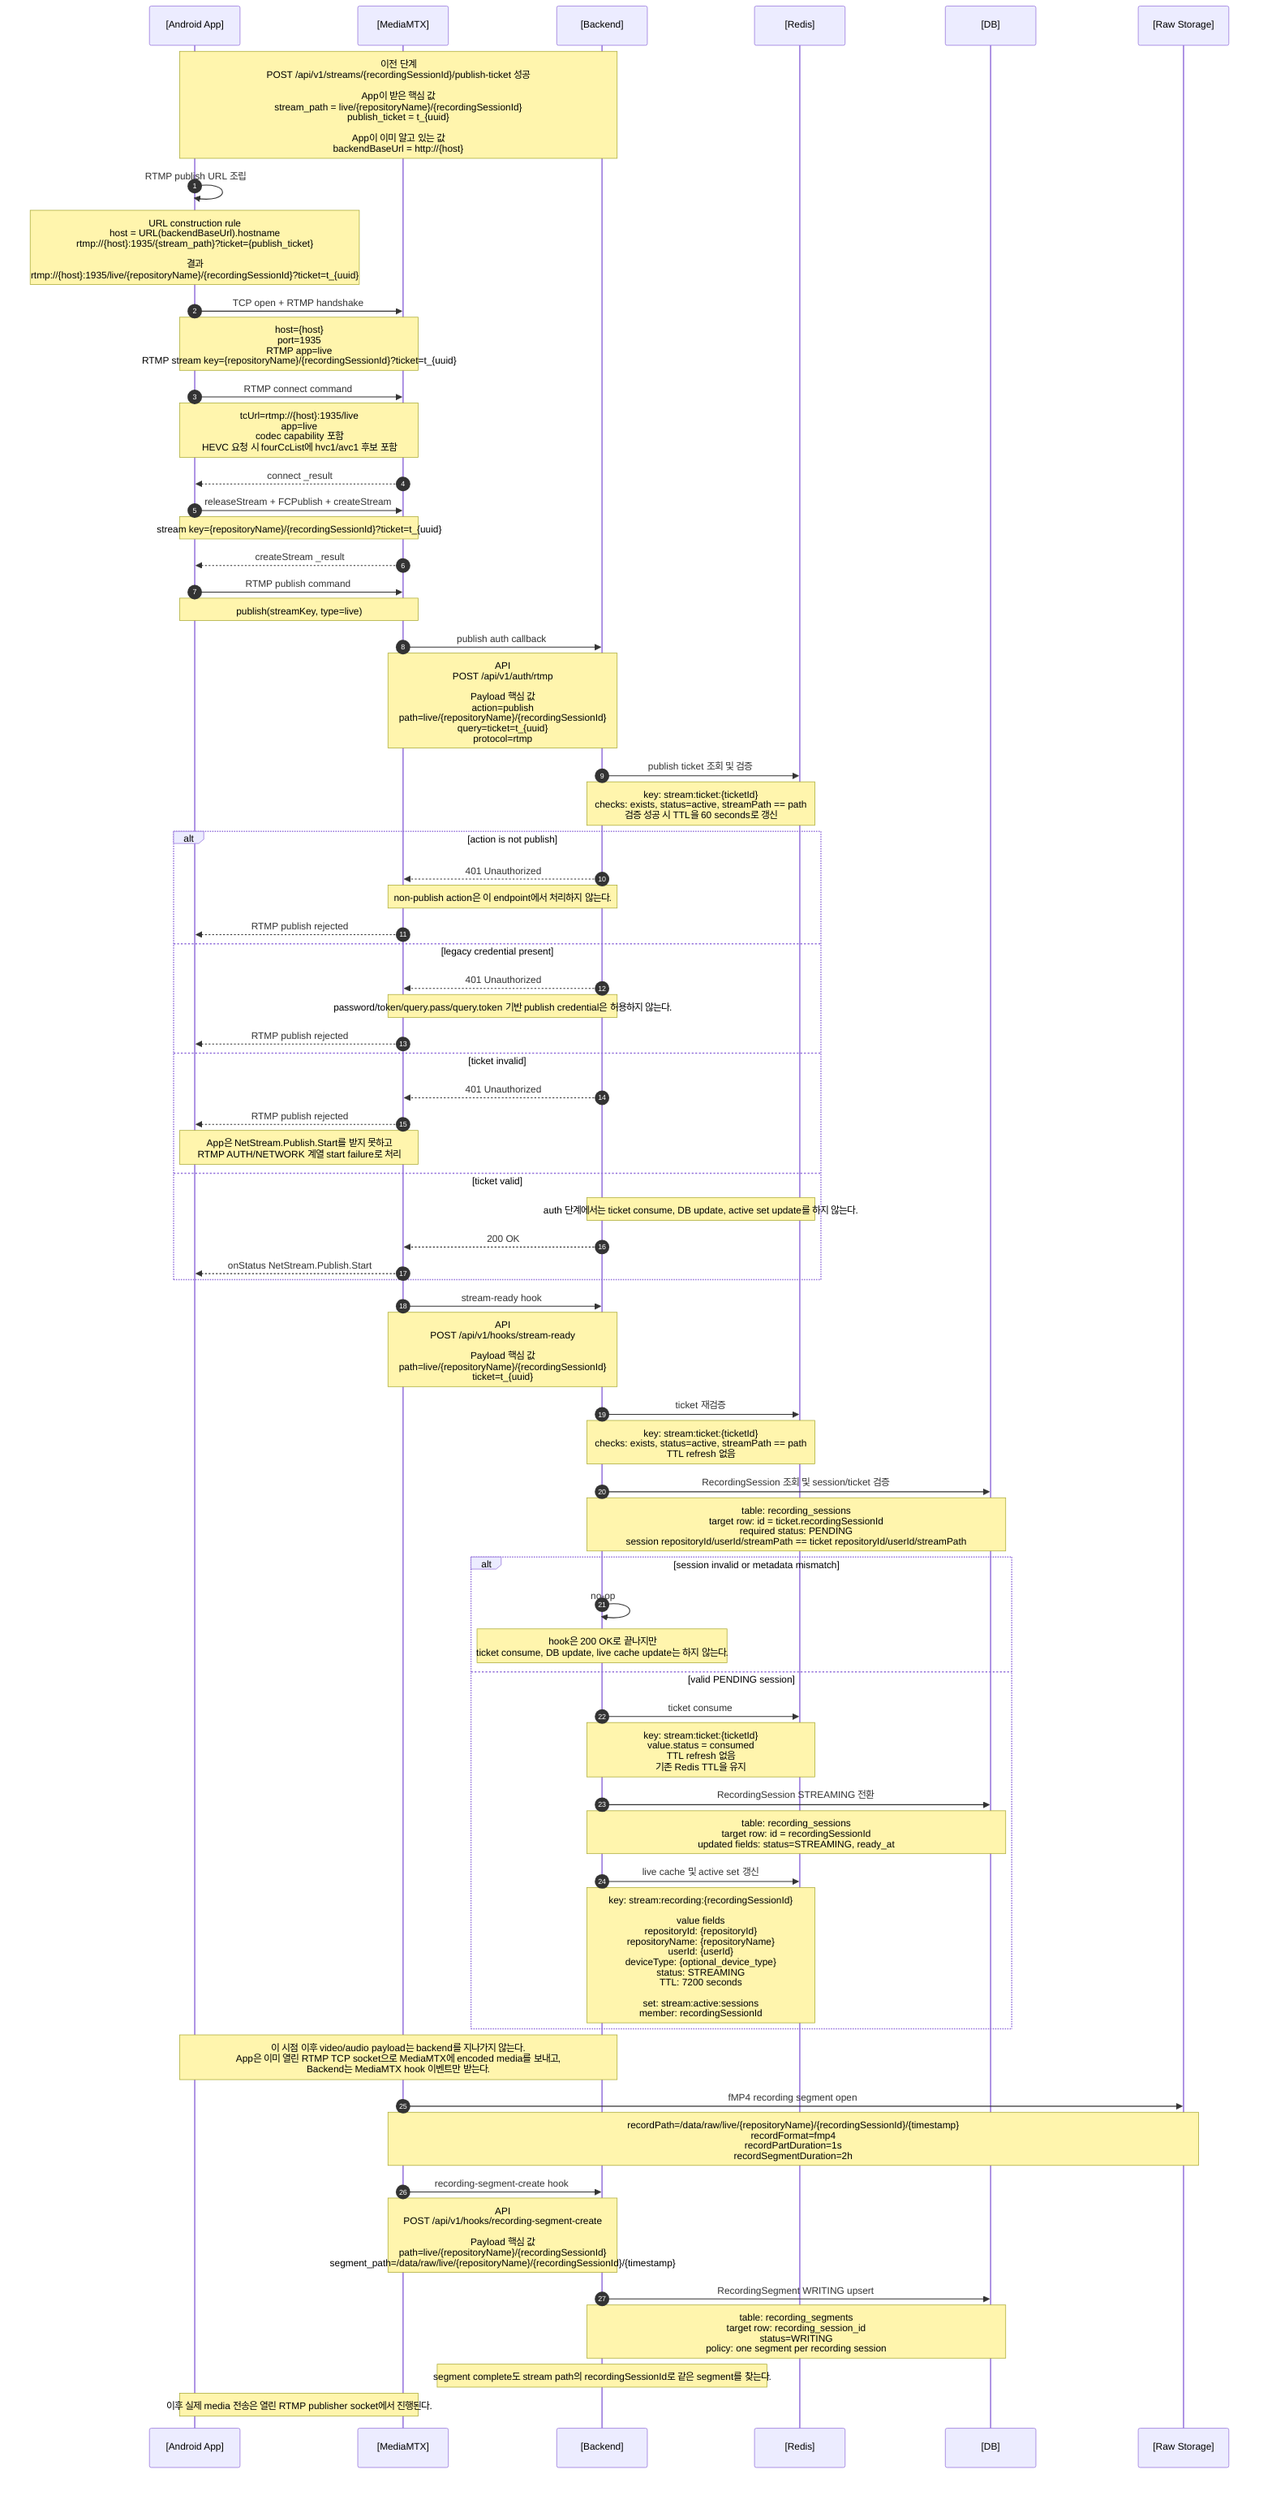
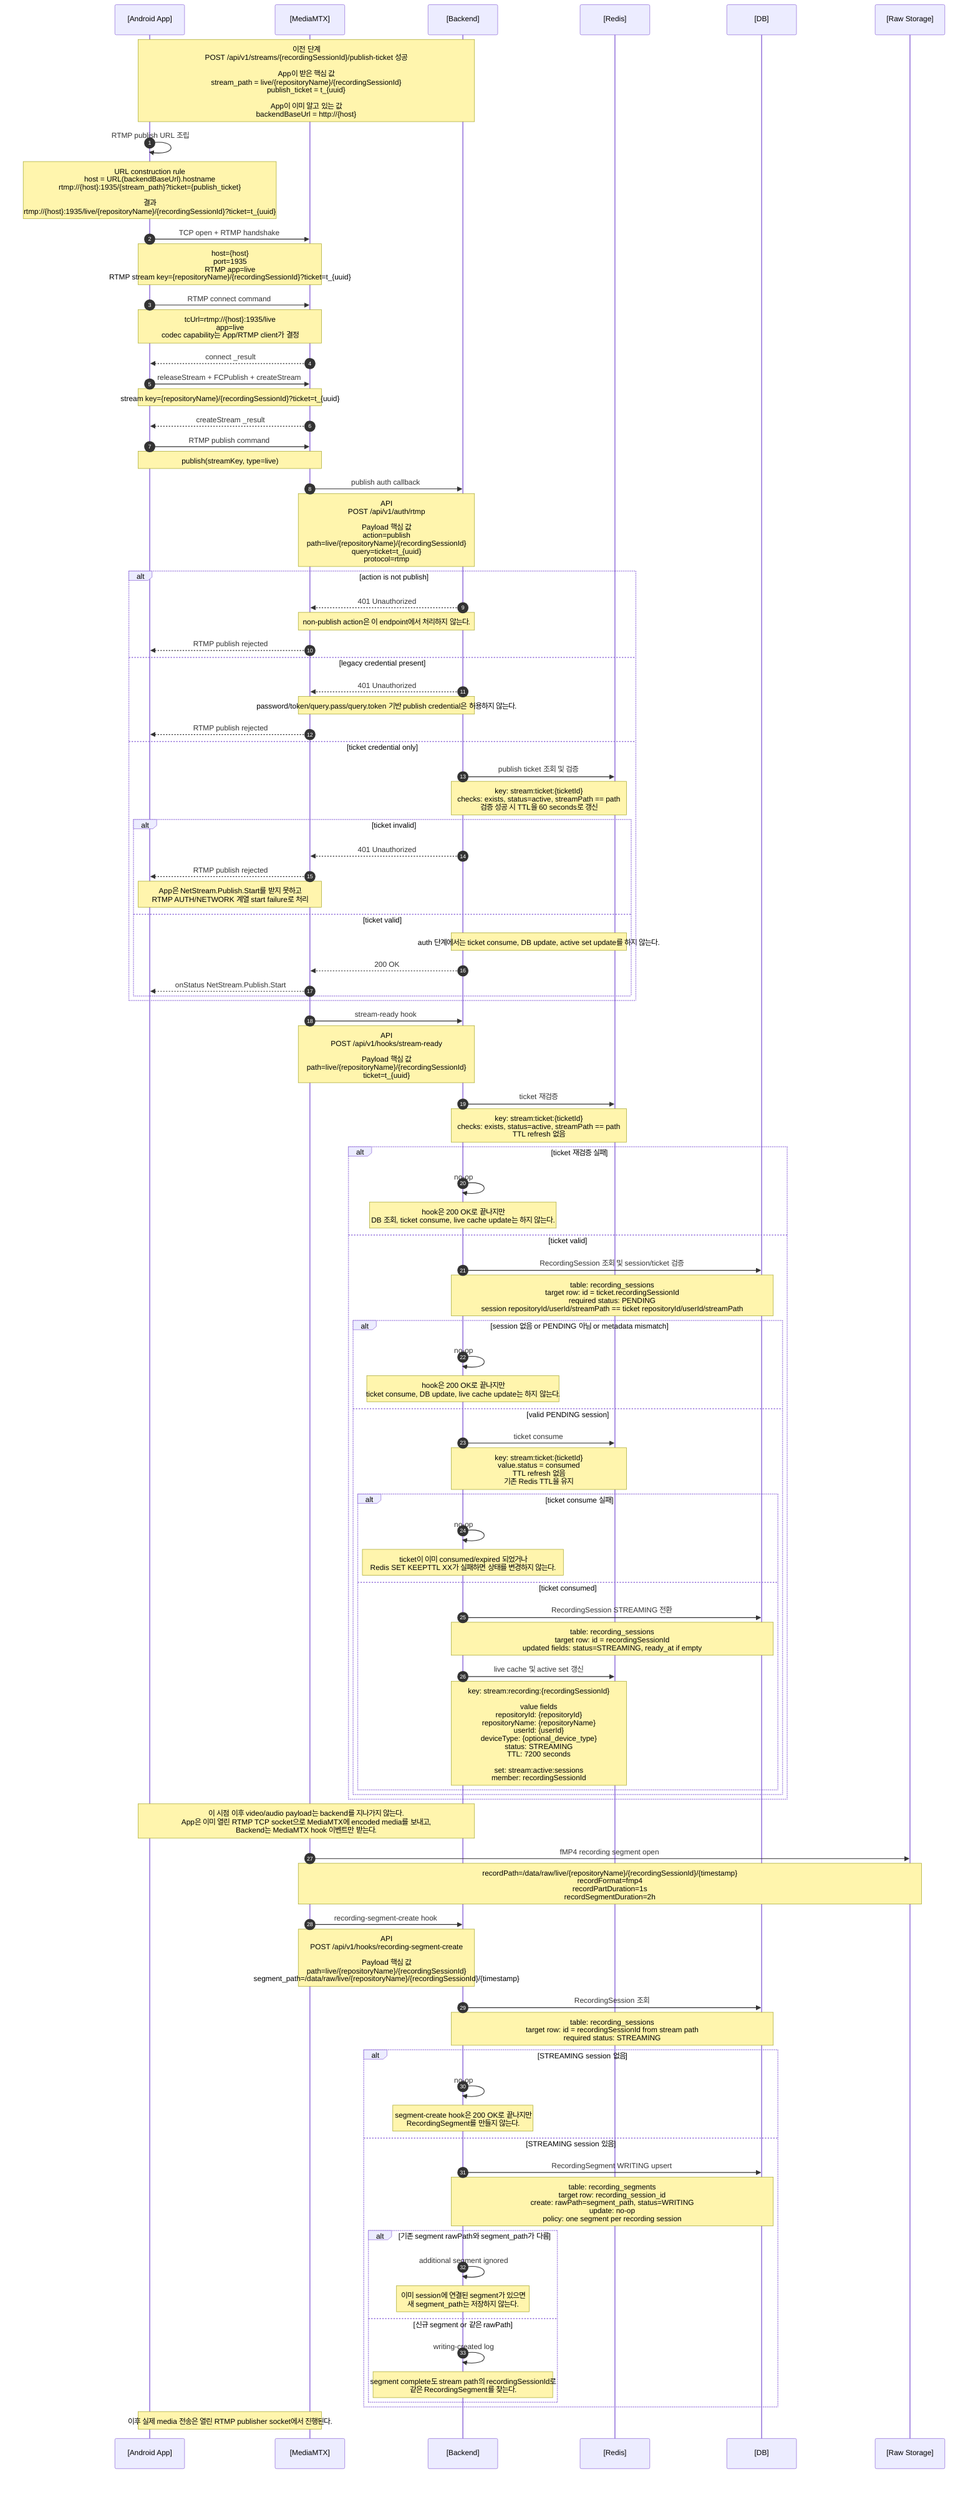
sequenceDiagram
  autonumber
  participant App as [Android App]
  participant MTX as [MediaMTX]
  participant Backend as [Backend]
  participant Redis as [Redis]
  participant DB as [DB]
  participant Storage as [Raw Storage]

  Note over App,Backend: 이전 단계<br/>POST /api/v1/streams/{recordingSessionId}/publish-ticket 성공<br/><br/>App이 받은 핵심 값<br/>stream_path = live/{repositoryName}/{recordingSessionId}<br/>publish_ticket = t_{uuid}<br/><br/>App이 이미 알고 있는 값<br/>backendBaseUrl = http://{host}

  App->>App: RTMP publish URL 조립
  Note over App: URL construction rule<br/>host = URL(backendBaseUrl).hostname<br/>rtmp://{host}:1935/{stream_path}?ticket={publish_ticket}<br/><br/>결과<br/>rtmp://{host}:1935/live/{repositoryName}/{recordingSessionId}?ticket=t_{uuid}

  App->>MTX: TCP open + RTMP handshake
  Note over App,MTX: host={host}<br/>port=1935<br/>RTMP app=live<br/>RTMP stream key={repositoryName}/{recordingSessionId}?ticket=t_{uuid}

  App->>MTX: RTMP connect command
-   Note over App,MTX: tcUrl=rtmp://{host}:1935/live<br/>app=live<br/>codec capability 포함<br/>HEVC 요청 시 fourCcList에 hvc1/avc1 후보 포함
+   Note over App,MTX: tcUrl=rtmp://{host}:1935/live<br/>app=live<br/>codec capability는 App/RTMP client가 결정
  MTX-->>App: connect _result

  App->>MTX: releaseStream + FCPublish + createStream
  Note over App,MTX: stream key={repositoryName}/{recordingSessionId}?ticket=t_{uuid}
  MTX-->>App: createStream _result

  App->>MTX: RTMP publish command
  Note over App,MTX: publish(streamKey, type=live)

  MTX->>Backend: publish auth callback
  Note over MTX,Backend: API<br/>POST /api/v1/auth/rtmp<br/><br/>Payload 핵심 값<br/>action=publish<br/>path=live/{repositoryName}/{recordingSessionId}<br/>query=ticket=t_{uuid}<br/>protocol=rtmp

-   Backend->>Redis: publish ticket 조회 및 검증
-   Note over Backend,Redis: key: stream:ticket:{ticketId}<br/>checks: exists, status=active, streamPath == path<br/>검증 성공 시 TTL을 60 seconds로 갱신
- 
  alt action is not publish
    Backend-->>MTX: 401 Unauthorized
    Note over Backend,MTX: non-publish action은 이 endpoint에서 처리하지 않는다.
    MTX-->>App: RTMP publish rejected
  else legacy credential present
    Backend-->>MTX: 401 Unauthorized
    Note over Backend,MTX: password/token/query.pass/query.token 기반 publish credential은 허용하지 않는다.
    MTX-->>App: RTMP publish rejected
-   else ticket invalid
-     Backend-->>MTX: 401 Unauthorized
-     MTX-->>App: RTMP publish rejected
-     Note over App,MTX: App은 NetStream.Publish.Start를 받지 못하고<br/>RTMP AUTH/NETWORK 계열 start failure로 처리
-   else ticket valid
-     Note over Backend,Redis: auth 단계에서는 ticket consume, DB update, active set update를 하지 않는다.
-     Backend-->>MTX: 200 OK
-     MTX-->>App: onStatus NetStream.Publish.Start
+   else ticket credential only
+     Backend->>Redis: publish ticket 조회 및 검증
+     Note over Backend,Redis: key: stream:ticket:{ticketId}<br/>checks: exists, status=active, streamPath == path<br/>검증 성공 시 TTL을 60 seconds로 갱신
+ 
+     alt ticket invalid
+       Backend-->>MTX: 401 Unauthorized
+       MTX-->>App: RTMP publish rejected
+       Note over App,MTX: App은 NetStream.Publish.Start를 받지 못하고<br/>RTMP AUTH/NETWORK 계열 start failure로 처리
+     else ticket valid
+       Note over Backend,Redis: auth 단계에서는 ticket consume, DB update, active set update를 하지 않는다.
+       Backend-->>MTX: 200 OK
+       MTX-->>App: onStatus NetStream.Publish.Start
+     end
  end

  MTX->>Backend: stream-ready hook
  Note over MTX,Backend: API<br/>POST /api/v1/hooks/stream-ready<br/><br/>Payload 핵심 값<br/>path=live/{repositoryName}/{recordingSessionId}<br/>ticket=t_{uuid}

  Backend->>Redis: ticket 재검증
  Note over Backend,Redis: key: stream:ticket:{ticketId}<br/>checks: exists, status=active, streamPath == path<br/>TTL refresh 없음

-   Backend->>DB: RecordingSession 조회 및 session/ticket 검증
-   Note over Backend,DB: table: recording_sessions<br/>target row: id = ticket.recordingSessionId<br/>required status: PENDING<br/>session repositoryId/userId/streamPath == ticket repositoryId/userId/streamPath
+   alt ticket 재검증 실패
+     Backend->>Backend: no-op
+     Note over Backend: hook은 200 OK로 끝나지만<br/>DB 조회, ticket consume, live cache update는 하지 않는다.
+   else ticket valid
+     Backend->>DB: RecordingSession 조회 및 session/ticket 검증
+     Note over Backend,DB: table: recording_sessions<br/>target row: id = ticket.recordingSessionId<br/>required status: PENDING<br/>session repositoryId/userId/streamPath == ticket repositoryId/userId/streamPath

-   alt session invalid or metadata mismatch
-     Backend->>Backend: no-op
-     Note over Backend: hook은 200 OK로 끝나지만<br/>ticket consume, DB update, live cache update는 하지 않는다.
-   else valid PENDING session
+     alt session 없음 or PENDING 아님 or metadata mismatch
+       Backend->>Backend: no-op
+       Note over Backend: hook은 200 OK로 끝나지만<br/>ticket consume, DB update, live cache update는 하지 않는다.
+     else valid PENDING session
    Backend->>Redis: ticket consume
    Note over Backend,Redis: key: stream:ticket:{ticketId}<br/>value.status = consumed<br/>TTL refresh 없음<br/>기존 Redis TTL을 유지

-     Backend->>DB: RecordingSession STREAMING 전환
-     Note over Backend,DB: table: recording_sessions<br/>target row: id = recordingSessionId<br/>updated fields: status=STREAMING, ready_at
+       alt ticket consume 실패
+         Backend->>Backend: no-op
+         Note over Backend: ticket이 이미 consumed/expired 되었거나<br/>Redis SET KEEPTTL XX가 실패하면 상태를 변경하지 않는다.
+       else ticket consumed
+         Backend->>DB: RecordingSession STREAMING 전환
+         Note over Backend,DB: table: recording_sessions<br/>target row: id = recordingSessionId<br/>updated fields: status=STREAMING, ready_at if empty

-     Backend->>Redis: live cache 및 active set 갱신
-     Note over Backend,Redis: key: stream:recording:{recordingSessionId}<br/><br/>value fields<br/>repositoryId: {repositoryId}<br/>repositoryName: {repositoryName}<br/>userId: {userId}<br/>deviceType: {optional_device_type}<br/>status: STREAMING<br/>TTL: 7200 seconds<br/><br/>set: stream:active:sessions<br/>member: recordingSessionId
+         Backend->>Redis: live cache 및 active set 갱신
+         Note over Backend,Redis: key: stream:recording:{recordingSessionId}<br/><br/>value fields<br/>repositoryId: {repositoryId}<br/>repositoryName: {repositoryName}<br/>userId: {userId}<br/>deviceType: {optional_device_type}<br/>status: STREAMING<br/>TTL: 7200 seconds<br/><br/>set: stream:active:sessions<br/>member: recordingSessionId
+       end
+     end
  end

  Note over App,Backend: 이 시점 이후 video/audio payload는 backend를 지나가지 않는다.<br/>App은 이미 열린 RTMP TCP socket으로 MediaMTX에 encoded media를 보내고,<br/>Backend는 MediaMTX hook 이벤트만 받는다.

  MTX->>Storage: fMP4 recording segment open
  Note over MTX,Storage: recordPath=/data/raw/live/{repositoryName}/{recordingSessionId}/{timestamp}<br/>recordFormat=fmp4<br/>recordPartDuration=1s<br/>recordSegmentDuration=2h

  MTX->>Backend: recording-segment-create hook
  Note over MTX,Backend: API<br/>POST /api/v1/hooks/recording-segment-create<br/><br/>Payload 핵심 값<br/>path=live/{repositoryName}/{recordingSessionId}<br/>segment_path=/data/raw/live/{repositoryName}/{recordingSessionId}/{timestamp}

-   Backend->>DB: RecordingSegment WRITING upsert
-   Note over Backend,DB: table: recording_segments<br/>target row: recording_session_id<br/>status=WRITING<br/>policy: one segment per recording session
-   Note over Backend: segment complete도 stream path의 recordingSessionId로 같은 segment를 찾는다.
+   Backend->>DB: RecordingSession 조회
+   Note over Backend,DB: table: recording_sessions<br/>target row: id = recordingSessionId from stream path<br/>required status: STREAMING
+ 
+   alt STREAMING session 없음
+     Backend->>Backend: no-op
+     Note over Backend: segment-create hook은 200 OK로 끝나지만<br/>RecordingSegment를 만들지 않는다.
+   else STREAMING session 있음
+     Backend->>DB: RecordingSegment WRITING upsert
+     Note over Backend,DB: table: recording_segments<br/>target row: recording_session_id<br/>create: rawPath=segment_path, status=WRITING<br/>update: no-op<br/>policy: one segment per recording session
+ 
+     alt 기존 segment rawPath와 segment_path가 다름
+       Backend->>Backend: additional segment ignored
+       Note over Backend: 이미 session에 연결된 segment가 있으면<br/>새 segment_path는 저장하지 않는다.
+     else 신규 segment or 같은 rawPath
+       Backend->>Backend: writing-created log
+       Note over Backend: segment complete도 stream path의 recordingSessionId로<br/>같은 RecordingSegment를 찾는다.
+     end
+   end

  Note over App,MTX: 이후 실제 media 전송은 열린 RTMP publisher socket에서 진행된다.

%% 참고:
%% 이 문서는 publish-ticket 발급 이후 RTMP publish 인증, stream-ready, live cache 등록,
%% 첫 recording segment 생성까지만 다룬다.
%% 실제 RTMP media chunk 전송부터 stream 종료, hook 처리, finalize enqueue까지는
%% .mermaid/4.rtmp-stream.mmd에서 다룬다.
